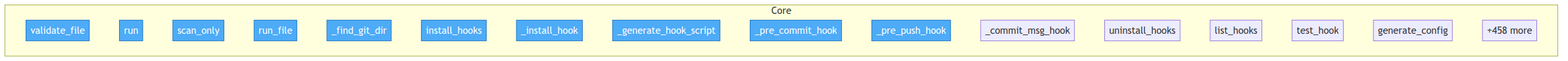
The Mermaid diagram project/flow.png in semcod/refactoring, before a commit. Its source is kept beside it as project/flow.mmd.
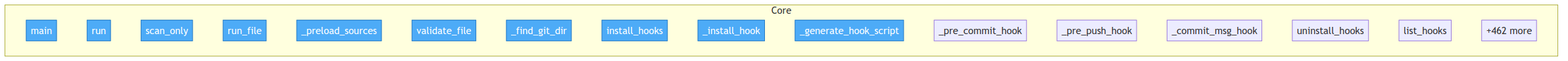
After the commit.

The edit, as a diff of the source:
```diff
@@ -3,10 +3,12 @@
     classDef entry fill:#4dabf7,stroke:#1971c2,color:#fff
 
     subgraph Core
-        src__prefact__validator__Validator__validate_file["validate_file"]
+        benchmark_ram_optimization__main["main"]
         src__prefact__engine__RefactoringEngine__run["run"]
         src__prefact__engine__RefactoringEngine__scan_only["scan_only"]
         src__prefact__engine__RefactoringEngine__run_file["run_file"]
+        src__prefact__engine__RefactoringEngine___preload_sources["_preload_sources"]
+        src__prefact__validator__Validator__validate_file["validate_file"]
         src__prefact__git_hooks__GitHooks___find_git_dir["_find_git_dir"]
         src__prefact__git_hooks__GitHooks__install_hooks["install_hooks"]
         src__prefact__git_hooks__GitHooks___install_hook["_install_hook"]
@@ -16,9 +18,7 @@
         src__prefact__git_hooks__GitHooks___commit_msg_hook["_commit_msg_hook"]
         src__prefact__git_hooks__GitHooks__uninstall_hooks["uninstall_hooks"]
         src__prefact__git_hooks__GitHooks__list_hooks["list_hooks"]
-        src__prefact__git_hooks__GitHooks__test_hook["test_hook"]
-        src__prefact__git_hooks__PreCommitConfig__generate_config["generate_config"]
-        ...["+458 more"]
+        ...["+462 more"]
     end
 
-    class src__prefact__validator__Validator__validate_file,src__prefact__engine__RefactoringEngine__run,src__prefact__engine__RefactoringEngine__scan_only,src__prefact__engine__RefactoringEngine__run_file,src__prefact__git_hooks__GitHooks___find_git_dir,src__prefact__git_hooks__GitHooks__install_hooks,src__prefact__git_hooks__GitHooks___install_hook,src__prefact__git_hooks__GitHooks___generate_hook_script,src__prefact__git_hooks__GitHooks___pre_commit_hook,src__prefact__git_hooks__GitHooks___pre_push_hook entry
+    class benchmark_ram_optimization__main,src__prefact__engine__RefactoringEngine__run,src__prefact__engine__RefactoringEngine__scan_only,src__prefact__engine__RefactoringEngine__run_file,src__prefact__engine__RefactoringEngine___preload_sources,src__prefact__validator__Validator__validate_file,src__prefact__git_hooks__GitHooks___find_git_dir,src__prefact__git_hooks__GitHooks__install_hooks,src__prefact__git_hooks__GitHooks___install_hook,src__prefact__git_hooks__GitHooks___generate_hook_script entry
```
